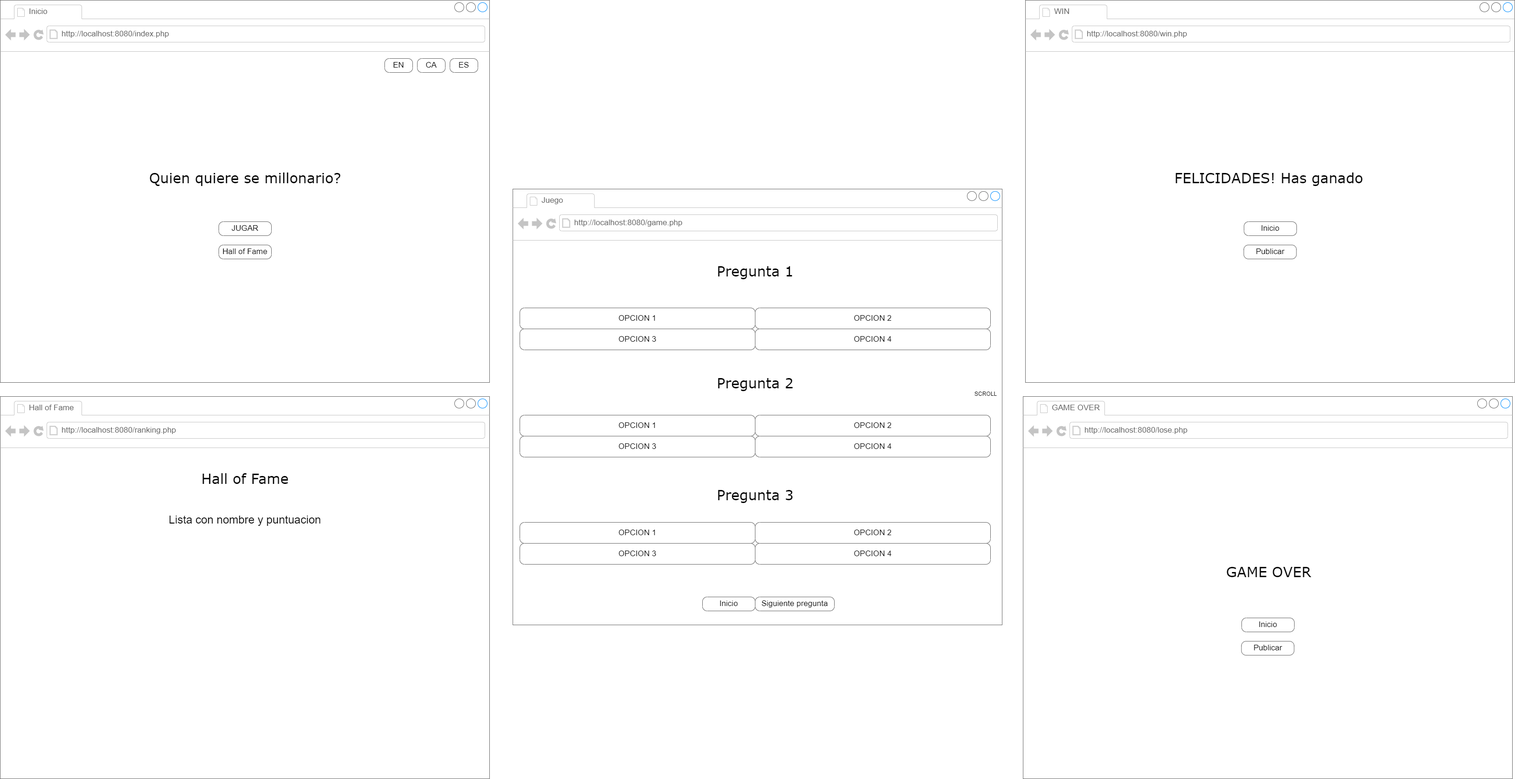
This is Diagrama&Wireframe&Colors/Wireframe_Escuderia_IHA.png from AlejandroSoPa/Escuderia_IHA, a draw.io export, as it was before one commit. Source tidied: cells renumbered, new cells last; positions are measured from the earlier drawing's top-left corner, leaving out a move shared by most shapes.
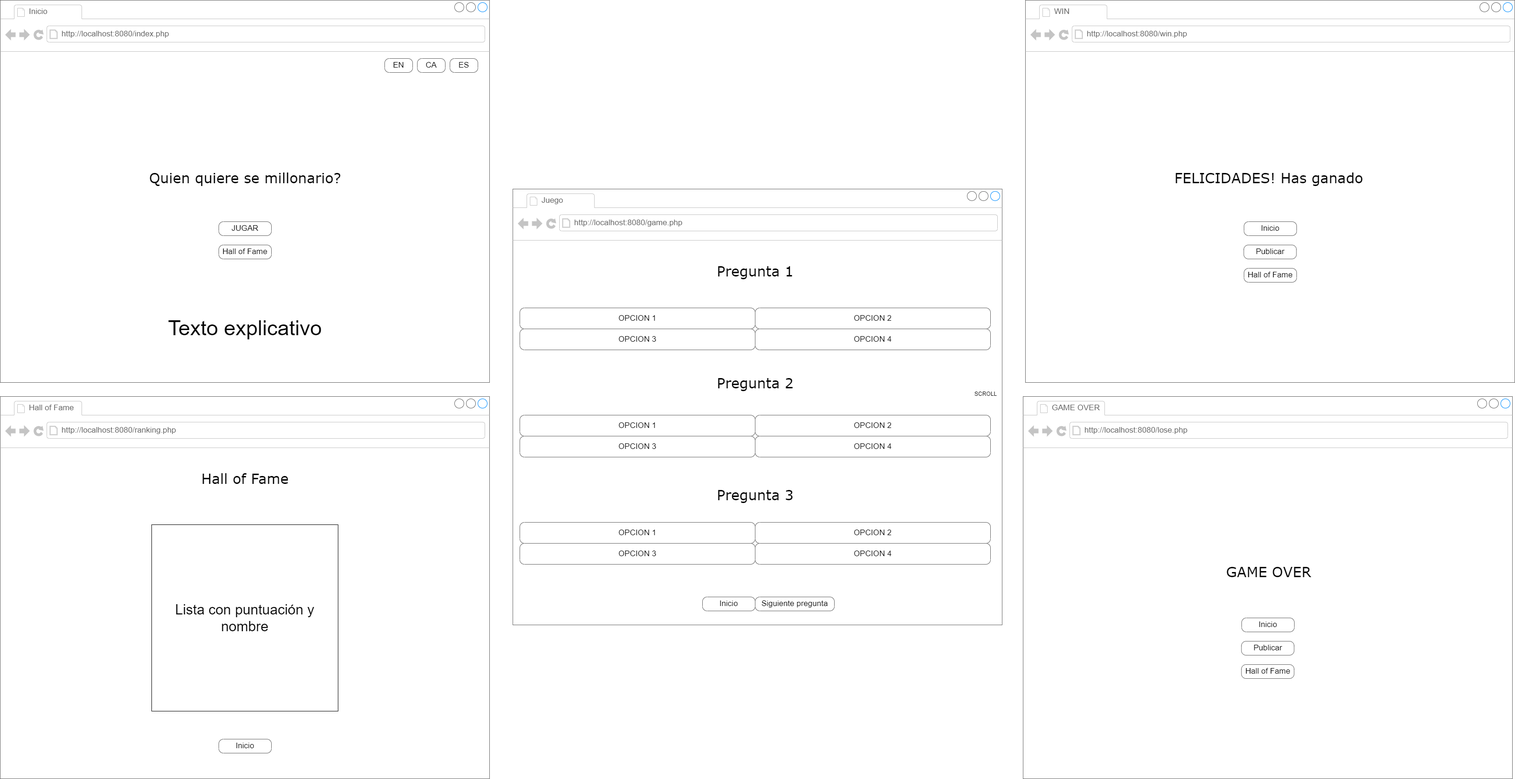
The same file after the commit.

Commit message:
Commit ultimates changes diagramas + wireframes + Readme

Diff of the diagram source:
```diff
@@ -29,6 +29,9 @@
     <mxCell id="10" value="Hall of Fame" style="strokeWidth=1;shadow=0;dashed=0;align=center;html=1;shape=mxgraph.mockup.buttons.button;strokeColor=#666666;mainText=;buttonStyle=round;fontSize=17;fontStyle=0;fillColor=none;whiteSpace=wrap;rounded=0;labelBackgroundColor=none;" parent="2" vertex="1">
       <mxGeometry x="469" y="525" width="113" height="30" as="geometry" />
     </mxCell>
+    <mxCell id="49" value="&lt;font style=&quot;font-size: 45px;&quot;&gt;Texto explicativo&lt;/font&gt;" style="text;html=1;strokeColor=none;fillColor=none;align=center;verticalAlign=middle;whiteSpace=wrap;rounded=0;" parent="2" vertex="1">
+      <mxGeometry x="268" y="625" width="515" height="155" as="geometry" />
+    </mxCell>
     <mxCell id="11" style="strokeWidth=1;shadow=0;dashed=0;align=center;html=1;shape=mxgraph.mockup.containers.browserWindow;rSize=0;strokeColor=#666666;mainText=,;rounded=0;labelBackgroundColor=none;fontFamily=Verdana;fontSize=12;" parent="1" vertex="1">
       <mxGeometry x="1100" y="405" width="1050" height="935" as="geometry" />
     </mxCell>
@@ -92,7 +95,7 @@
     <mxCell id="31" value="Inicio" style="strokeWidth=1;shadow=0;dashed=0;align=center;html=1;shape=mxgraph.mockup.buttons.button;strokeColor=#666666;mainText=;buttonStyle=round;fontSize=17;fontStyle=0;fillColor=none;whiteSpace=wrap;rounded=0;labelBackgroundColor=none;" parent="11" vertex="1">
       <mxGeometry x="407" y="875" width="113" height="30" as="geometry" />
     </mxCell>
-    <mxCell id="32" style="strokeWidth=1;shadow=0;dashed=0;align=center;html=1;shape=mxgraph.mockup.containers.browserWindow;rSize=0;strokeColor=#666666;mainText=,;rounded=0;labelBackgroundColor=none;fontFamily=Verdana;fontSize=12;" parent="1" vertex="1">
+    <mxCell id="32" style="strokeWidth=1;shadow=0;dashed=0;align=center;html=1;shape=mxgraph.mockup.containers.browserWindow;rSize=0;strokeColor=#666666;mainText=,;rounded=0;labelBackgroundColor=none;fontFamily=Verdana;fontSize=24;" parent="1" vertex="1">
       <mxGeometry y="850" width="1050" height="820" as="geometry" />
     </mxCell>
     <mxCell id="33" value="Hall of Fame" style="strokeWidth=1;shadow=0;dashed=0;align=center;html=1;shape=mxgraph.mockup.containers.anchor;fontSize=17;fontColor=#666666;align=left;" parent="32" vertex="1">
@@ -104,9 +107,12 @@
     <mxCell id="35" value="Hall of Fame" style="text;html=1;align=center;verticalAlign=top;spacingTop=-4;fontSize=30;fontFamily=Verdana;" parent="32" vertex="1">
       <mxGeometry x="355" y="155" width="340" height="50" as="geometry" />
     </mxCell>
-    <mxCell id="36" value="Lista con nombre y puntuacion" style="text;html=1;strokeColor=none;fillColor=none;align=center;verticalAlign=middle;whiteSpace=wrap;rounded=0;fontSize=24;" parent="32" vertex="1">
-      <mxGeometry x="339" y="245" width="373" height="40" as="geometry" />
-    </mxCell>
+    <mxCell id="50" value="Inicio" style="strokeWidth=1;shadow=0;dashed=0;align=center;html=1;shape=mxgraph.mockup.buttons.button;strokeColor=#666666;mainText=;buttonStyle=round;fontSize=17;fontStyle=0;fillColor=none;whiteSpace=wrap;rounded=0;labelBackgroundColor=none;" parent="32" vertex="1">
+      <mxGeometry x="469" y="735" width="113" height="30" as="geometry" />
+    </mxCell>
+    <mxCell id="51" value="Lista con puntuación y nombre" style="rounded=0;whiteSpace=wrap;html=1;fontSize=30;" parent="32" vertex="1">
+      <mxGeometry x="325" y="275" width="400" height="400" as="geometry" />
+    </mxCell>
     <mxCell id="37" style="strokeWidth=1;shadow=0;dashed=0;align=center;html=1;shape=mxgraph.mockup.containers.browserWindow;rSize=0;strokeColor=#666666;mainText=,;rounded=0;labelBackgroundColor=none;fontFamily=Verdana;fontSize=12;" parent="1" vertex="1">
       <mxGeometry x="2200" width="1050" height="820" as="geometry" />
     </mxCell>
@@ -125,6 +131,9 @@
     <mxCell id="42" value="Publicar" style="strokeWidth=1;shadow=0;dashed=0;align=center;html=1;shape=mxgraph.mockup.buttons.button;strokeColor=#666666;mainText=;buttonStyle=round;fontSize=17;fontStyle=0;fillColor=none;whiteSpace=wrap;rounded=0;labelBackgroundColor=none;" parent="37" vertex="1">
       <mxGeometry x="468.5" y="525" width="113" height="30" as="geometry" />
     </mxCell>
+    <mxCell id="52" value="Hall of Fame" style="strokeWidth=1;shadow=0;dashed=0;align=center;html=1;shape=mxgraph.mockup.buttons.button;strokeColor=#666666;mainText=;buttonStyle=round;fontSize=17;fontStyle=0;fillColor=none;whiteSpace=wrap;rounded=0;labelBackgroundColor=none;" parent="37" vertex="1">
+      <mxGeometry x="469" y="575" width="113" height="30" as="geometry" />
+    </mxCell>
     <mxCell id="43" style="strokeWidth=1;shadow=0;dashed=0;align=center;html=1;shape=mxgraph.mockup.containers.browserWindow;rSize=0;strokeColor=#666666;mainText=,;rounded=0;labelBackgroundColor=none;fontFamily=Verdana;fontSize=12;" parent="1" vertex="1">
       <mxGeometry x="2195" y="850" width="1050" height="820" as="geometry" />
     </mxCell>
@@ -143,5 +152,8 @@
     <mxCell id="48" value="Publicar" style="strokeWidth=1;shadow=0;dashed=0;align=center;html=1;shape=mxgraph.mockup.buttons.button;strokeColor=#666666;mainText=;buttonStyle=round;fontSize=17;fontStyle=0;fillColor=none;whiteSpace=wrap;rounded=0;labelBackgroundColor=none;" parent="43" vertex="1">
       <mxGeometry x="468.5" y="525" width="113" height="30" as="geometry" />
     </mxCell>
+    <mxCell id="53" value="Hall of Fame" style="strokeWidth=1;shadow=0;dashed=0;align=center;html=1;shape=mxgraph.mockup.buttons.button;strokeColor=#666666;mainText=;buttonStyle=round;fontSize=17;fontStyle=0;fillColor=none;whiteSpace=wrap;rounded=0;labelBackgroundColor=none;" parent="43" vertex="1">
+      <mxGeometry x="468.5" y="575" width="113" height="30" as="geometry" />
+    </mxCell>
   </root>
 </mxGraphModel>
```
